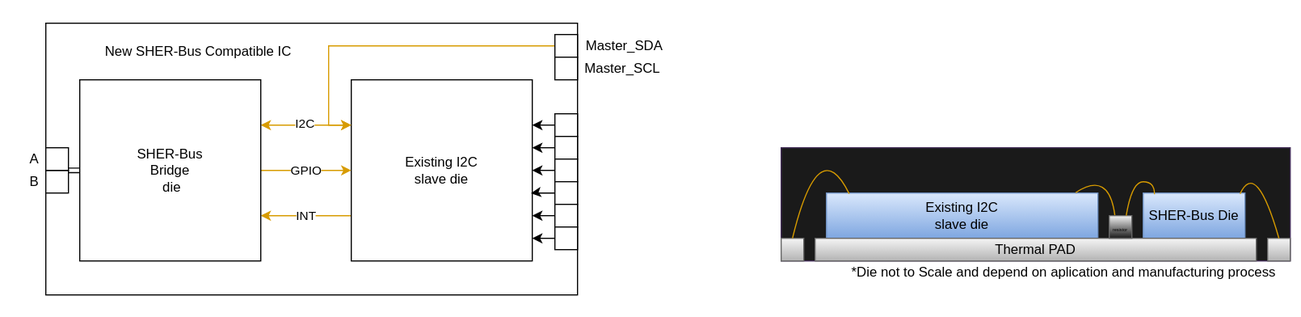
cdg66/BUS_figures keeps this draw.io diagram as Intergrated_bridge.svg. Above is the earlier version. Source tidied: cells renumbered, new cells last; positions are measured from the earlier drawing's top-left corner, leaving out a move shared by most shapes.
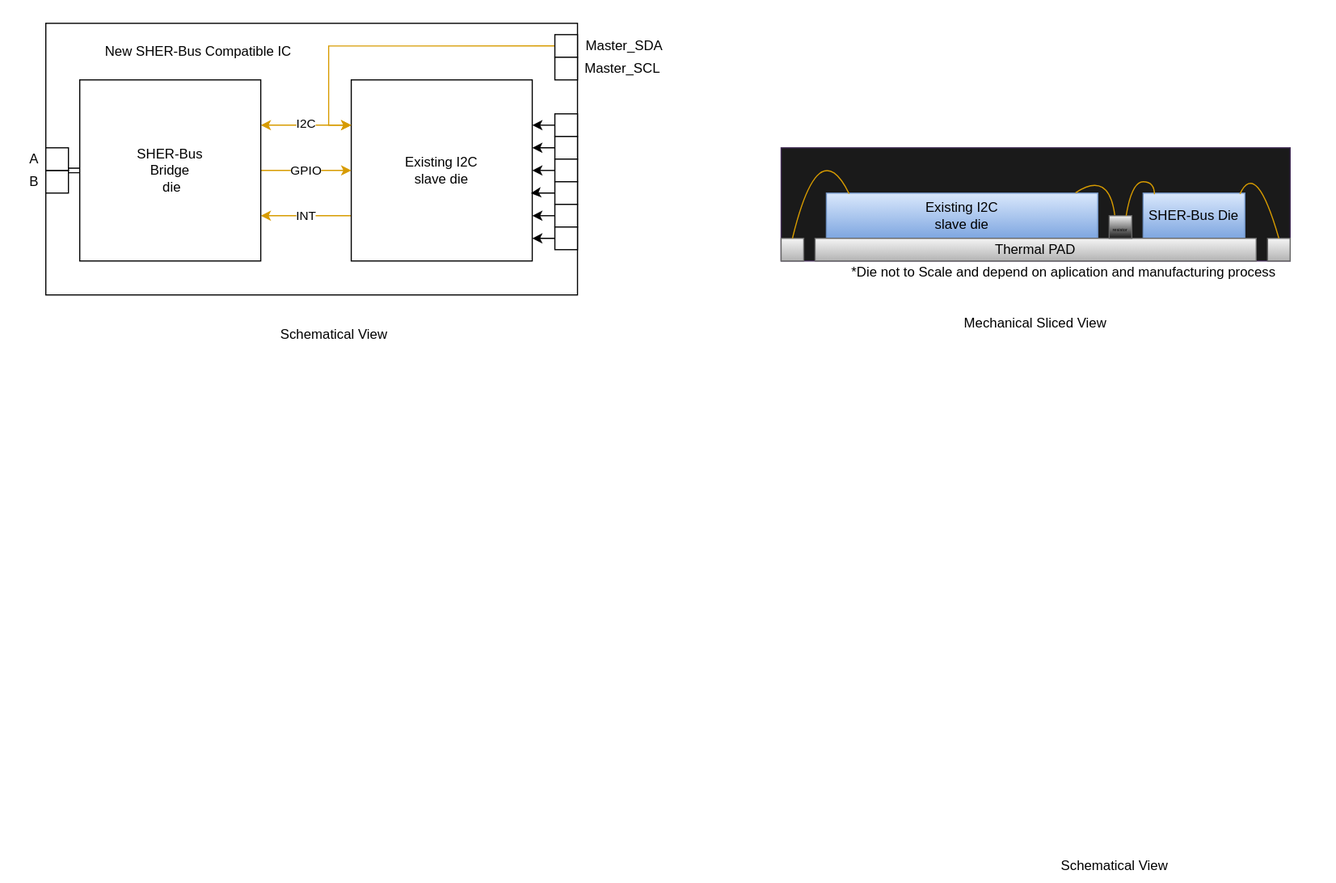
After the change.

Change to the diagram source:
```diff
@@ -2,12 +2,12 @@
   <root>
     <mxCell id="0" />
     <mxCell id="1" parent="0" />
+    <mxCell id="3" style="rounded=0;whiteSpace=wrap;html=1;strokeColor=none;" parent="1" vertex="1">
+      <mxGeometry x="20" width="1160" height="340" as="geometry" />
+    </mxCell>
     <mxCell id="2" style="rounded=0;whiteSpace=wrap;html=1;fillColor=#1A1A1A;strokeColor=#432D57;fontColor=#ffffff;" parent="1" vertex="1">
       <mxGeometry x="690" y="130" width="450" height="100" as="geometry" />
     </mxCell>
-    <mxCell id="3" style="rounded=0;whiteSpace=wrap;html=1;strokeColor=none;" parent="1" vertex="1">
-      <mxGeometry x="20" width="570" height="280" as="geometry" />
-    </mxCell>
     <mxCell id="4" style="rounded=0;whiteSpace=wrap;html=1;" parent="1" vertex="1">
       <mxGeometry x="40" y="20" width="470" height="240" as="geometry" />
     </mxCell>
@@ -151,5 +151,14 @@
         </Array>
       </mxGeometry>
     </mxCell>
+    <mxCell id="45" value="Schematical View" style="text;html=1;strokeColor=none;fillColor=none;align=center;verticalAlign=middle;whiteSpace=wrap;rounded=0;" parent="1" vertex="1">
+      <mxGeometry x="230" y="280" width="130" height="30" as="geometry" />
+    </mxCell>
+    <mxCell id="46" value="Schematical View" style="text;html=1;strokeColor=none;fillColor=none;align=center;verticalAlign=middle;whiteSpace=wrap;rounded=0;" parent="1" vertex="1">
+      <mxGeometry x="920" y="750" width="130" height="30" as="geometry" />
+    </mxCell>
+    <mxCell id="47" value="Mechanical Sliced View" style="text;html=1;strokeColor=none;fillColor=none;align=center;verticalAlign=middle;whiteSpace=wrap;rounded=0;" parent="1" vertex="1">
+      <mxGeometry x="850" y="270" width="130" height="30" as="geometry" />
+    </mxCell>
   </root>
 </mxGraphModel>
```
